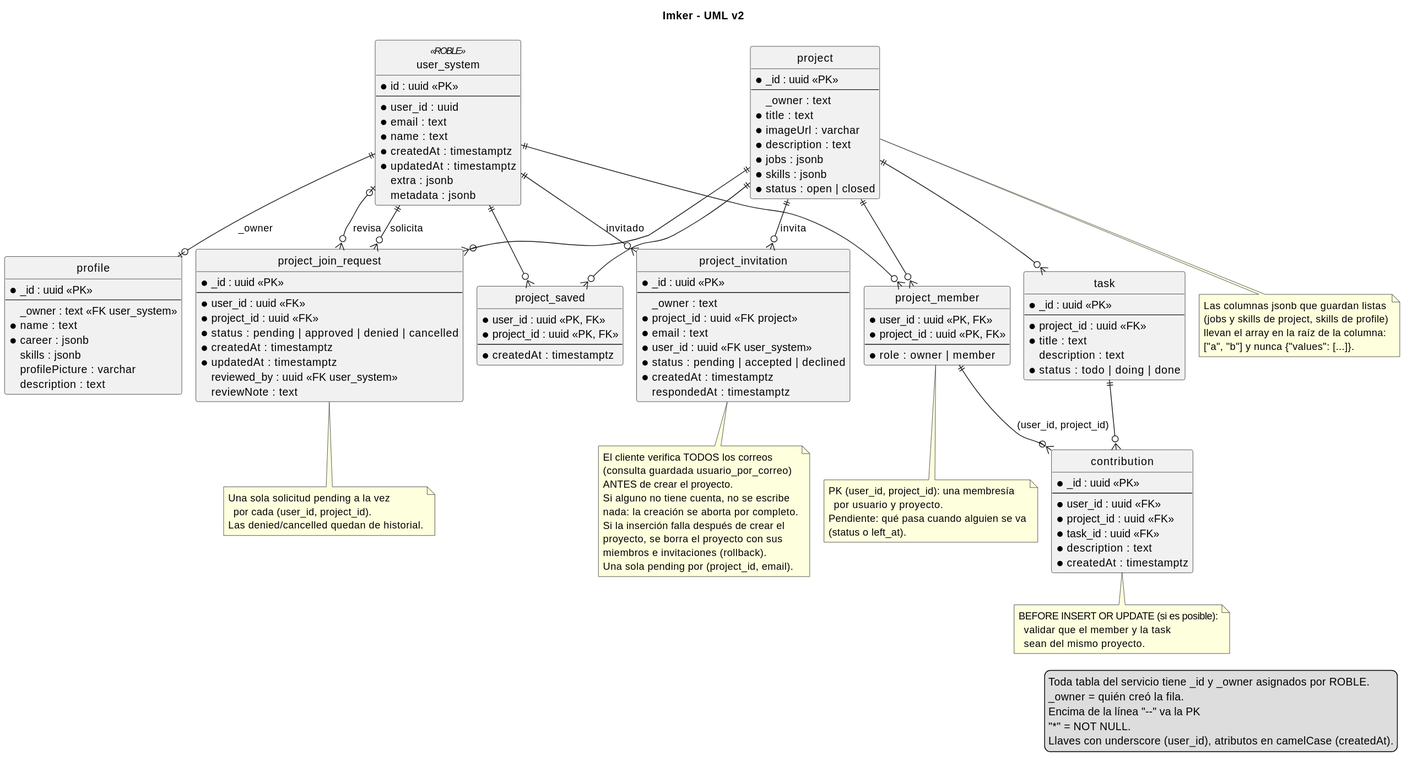
The PlantUML diagram docs/db/class_diagram.svg in kicconsu/design-thinking, before a commit.
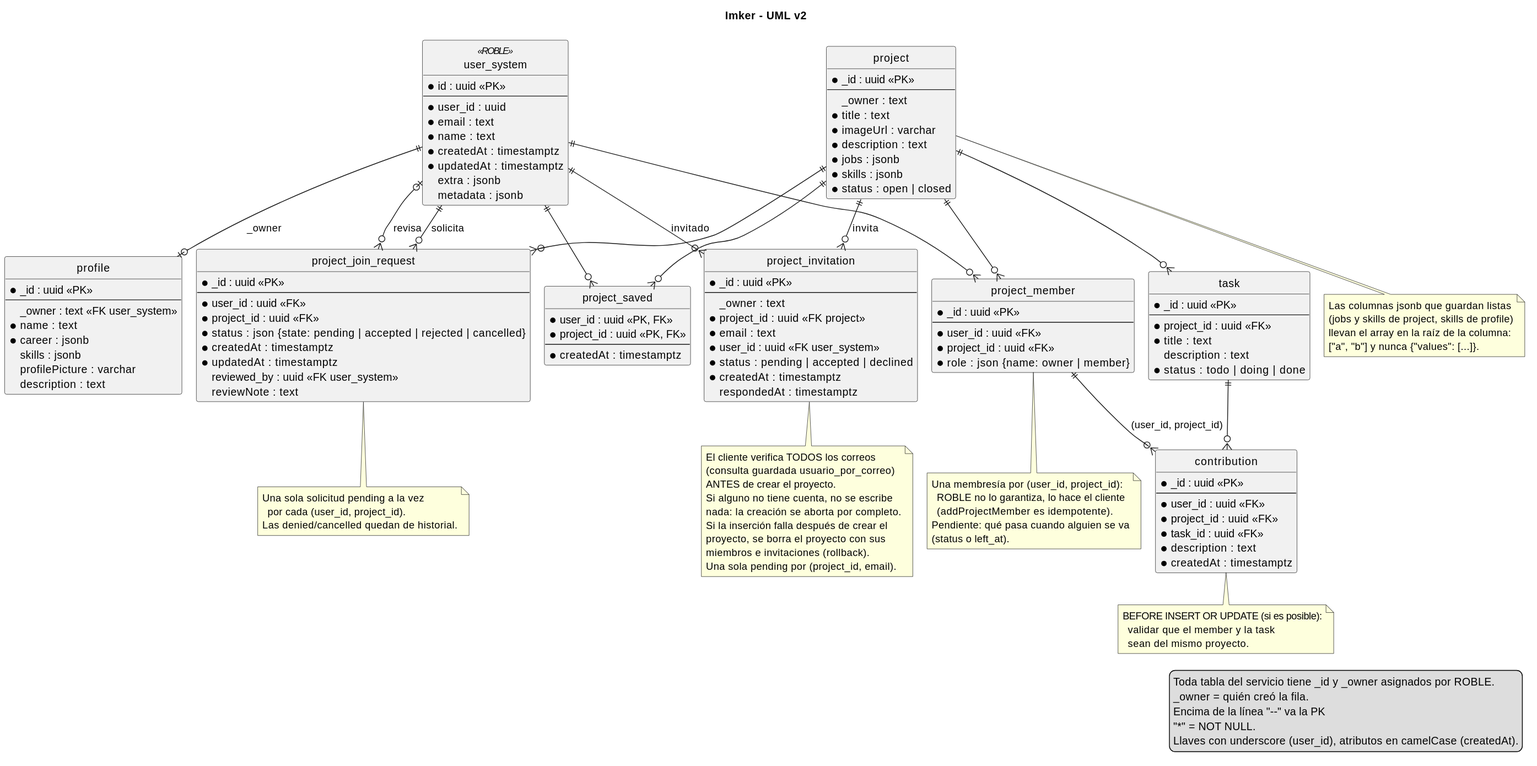
The same diagram one commit later.

Commit message:
test: cover accepting and rejecting collaboration requests; update UML

The edit, as a diff of the source:
```diff
@@ -66,7 +66,7 @@
 --
 * user_id : uuid <<FK>>
 * project_id : uuid <<FK>>
-* status : pending | approved | denied | cancelled
+* status : json {state: pending | accepted | rejected | cancelled}
 * createdAt : timestamptz
 * updatedAt : timestamptz
   reviewed_by : uuid <<FK user_system>>
@@ -74,10 +74,11 @@
 }
 
 entity project_member {
-* user_id : uuid <<PK, FK>>
-* project_id : uuid <<PK, FK>>
+* _id : uuid <<PK>>
 --
-* role : owner | member
+* user_id : uuid <<FK>>
+* project_id : uuid <<FK>>
+* role : json {name: owner | member}
 }
 
 entity project_invitation {
@@ -144,8 +145,9 @@
 end note
 
 note bottom of project_member
-PK (user_id, project_id): una membresía
-  por usuario y proyecto.
+Una membresía por (user_id, project_id):
+  ROBLE no lo garantiza, lo hace el cliente
+  (addProjectMember es idempotente).
 Pendiente: qué pasa cuando alguien se va
 (status o left_at).
 end note
```
